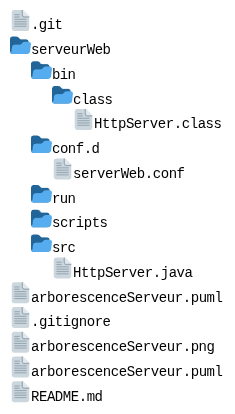
Before: arborescenceServeur.png, a diagram exported from PlantUML (Le-Madec-Jean/ServerWeb_GALLOIS_LE_MADEC). Its source is kept beside it as arborescenceServeur.puml.
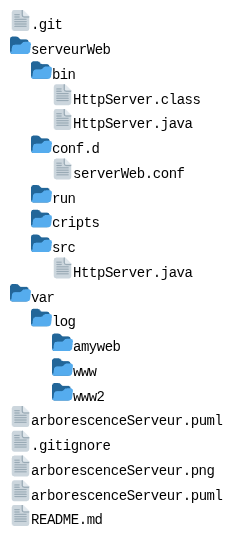
After the change.

Commit message:
update : mise a jour de l'arborescenceServeur

Diff of the diagram source:
```diff
@@ -1,13 +1,17 @@
-@startfiles
+@startfiles arborescenceServeur
 /.git
-/serveurWeb/bin/class/HttpServer.class
+/serveurWeb/bin/HttpServer.class
+/serveurWeb/bin/HttpServer.java
 /serveurWeb/conf.d/serverWeb.conf
 /serveurWeb/run/
-/serveurWeb/scripts/
+/serveurWeb/cripts/
 /serveurWeb/src/HttpServer.java
-/arborescenceServeur.puml
+/var/log/amyweb/
+/var/log/www/
+/var/log/www2/
 /.gitignore
 /arborescenceServeur.png
 /arborescenceServeur.puml
+/binome.tkt
 /README.md
 @endfiles
```
